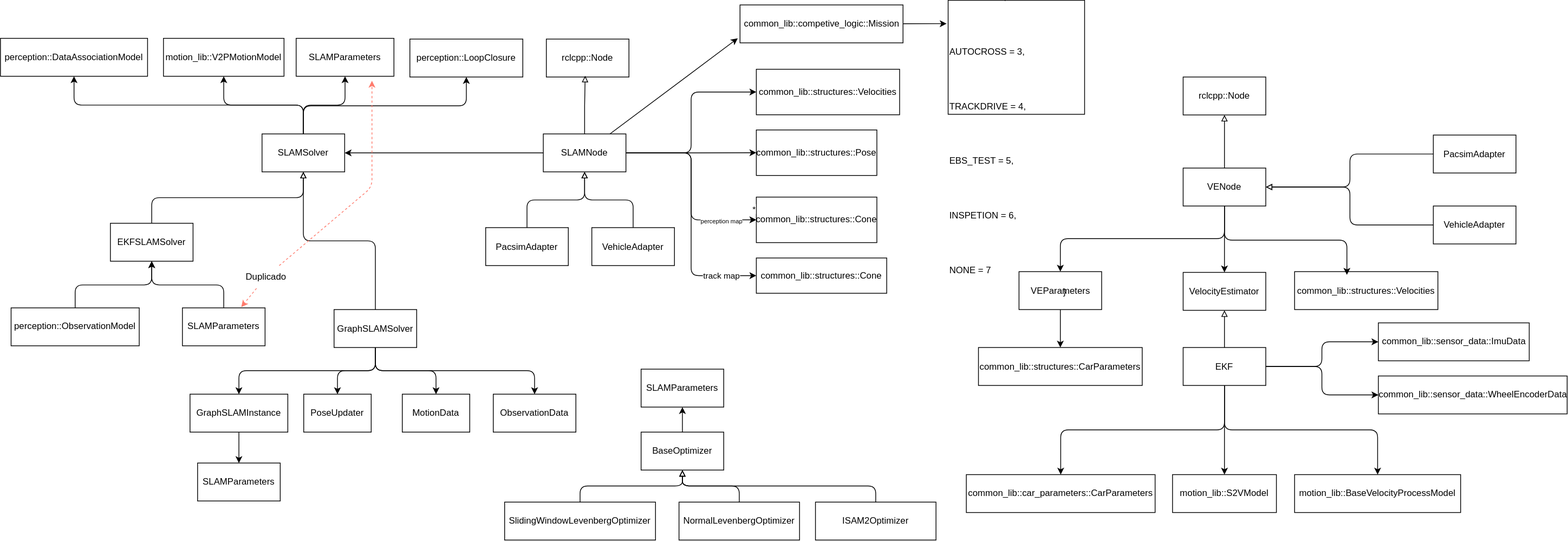
Before: docs/diagrams/state_estimation/class.drawio.svg, a diagram exported from draw.io (fs-feup/autonomous-systems). Source tidied: cells renumbered, new cells last; positions are measured from the earlier drawing's top-left corner, leaving out a move shared by most shapes.
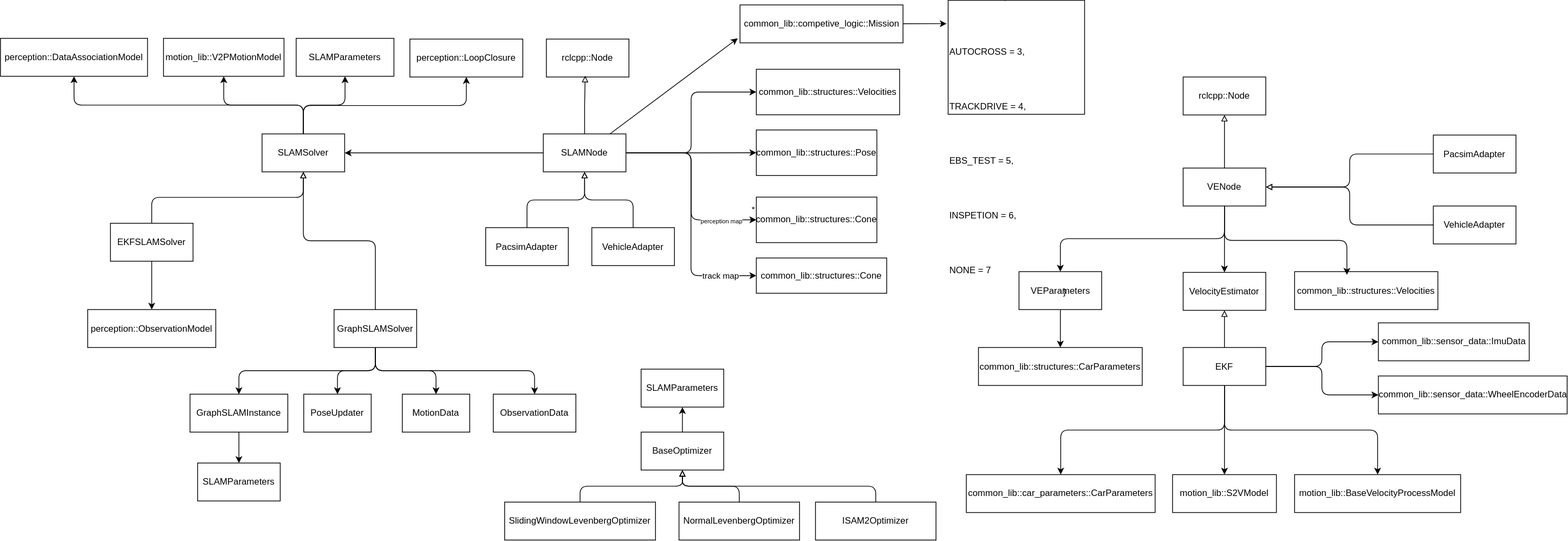
The same diagram one commit later.

Diff of the diagram source:
```diff
@@ -83,21 +83,15 @@
     <mxCell id="26" style="edgeStyle=elbowEdgeStyle;elbow=vertical;html=1;entryX=0.5;entryY=1;entryDx=0;entryDy=0;endArrow=block;endFill=0;" parent="1" edge="1" source="27" target="17">
       <mxGeometry relative="1" as="geometry" />
     </mxCell>
+    <mxCell id="91" style="edgeStyle=none;html=1;entryX=0.5;entryY=0;entryDx=0;entryDy=0;" parent="1" edge="1" source="27" target="29">
+      <mxGeometry relative="1" as="geometry" />
+    </mxCell>
     <mxCell id="27" value="EKFSLAMSolver" style="html=1;whiteSpace=wrap;" parent="1" vertex="1">
       <mxGeometry x="145" y="293.8" width="109" height="50" as="geometry" />
     </mxCell>
-    <mxCell id="28" style="edgeStyle=elbowEdgeStyle;elbow=vertical;html=1;" parent="1" edge="1" source="29" target="27">
-      <mxGeometry relative="1" as="geometry" />
-    </mxCell>
     <mxCell id="29" value="perception::ObservationModel" style="html=1;whiteSpace=wrap;" parent="1" vertex="1">
-      <mxGeometry x="14" y="405.2" width="169" height="50" as="geometry" />
+      <mxGeometry x="115" y="407.5" width="169" height="50" as="geometry" />
     </mxCell>
-    <mxCell id="30" style="edgeStyle=elbowEdgeStyle;elbow=vertical;html=1;entryX=0.5;entryY=1;entryDx=0;entryDy=0;" parent="1" edge="1" source="31" target="27">
-      <mxGeometry relative="1" as="geometry" />
-    </mxCell>
-    <mxCell id="31" value="&lt;span style=&quot;color: rgb(0, 0, 0);&quot;&gt;SLAMParameters&lt;/span&gt;" style="html=1;whiteSpace=wrap;" parent="1" vertex="1">
-      <mxGeometry x="240" y="405.2" width="109" height="50" as="geometry" />
-    </mxCell>
     <mxCell id="32" style="edgeStyle=elbowEdgeStyle;elbow=vertical;html=1;endArrow=block;endFill=0;" parent="1" edge="1" source="35" target="36">
       <mxGeometry relative="1" as="geometry" />
     </mxCell>
@@ -257,20 +251,6 @@
     <mxCell id="84" value="common_lib::structures::Cone" style="html=1;whiteSpace=wrap;" parent="1" vertex="1">
       <mxGeometry x="997" y="339.5" width="172" height="46.5" as="geometry" />
     </mxCell>
-    <mxCell id="85" style="edgeStyle=none;html=1;strokeColor=#FF7B6D;dashed=1;" parent="1" edge="1" source="86">
-      <mxGeometry relative="1" as="geometry">
-        <mxPoint x="490" y="106" as="targetPoint" />
-        <Array as="points">
-          <mxPoint x="490" y="246" />
-        </Array>
-      </mxGeometry>
-    </mxCell>
-    <mxCell id="86" value="Duplicado" style="text;html=1;align=center;verticalAlign=middle;points=[];strokeColor=none;fillColor=none;" parent="1" vertex="1">
-      <mxGeometry x="310" y="349.5" width="80" height="30" as="geometry" />
-    </mxCell>
-    <mxCell id="87" style="edgeStyle=none;html=1;entryX=0.712;entryY=-0.022;entryDx=0;entryDy=0;entryPerimeter=0;fillColor=#f8cecc;strokeColor=#FF7B6D;dashed=1;" parent="1" edge="1" source="86" target="31">
-      <mxGeometry relative="1" as="geometry" />
-    </mxCell>
     <mxCell id="88" value="common_lib::competive_logic::Mission" style="html=1;whiteSpace=wrap;" parent="1" vertex="1">
       <mxGeometry x="975.5" y="6" width="215" height="50" as="geometry" />
     </mxCell>
```
